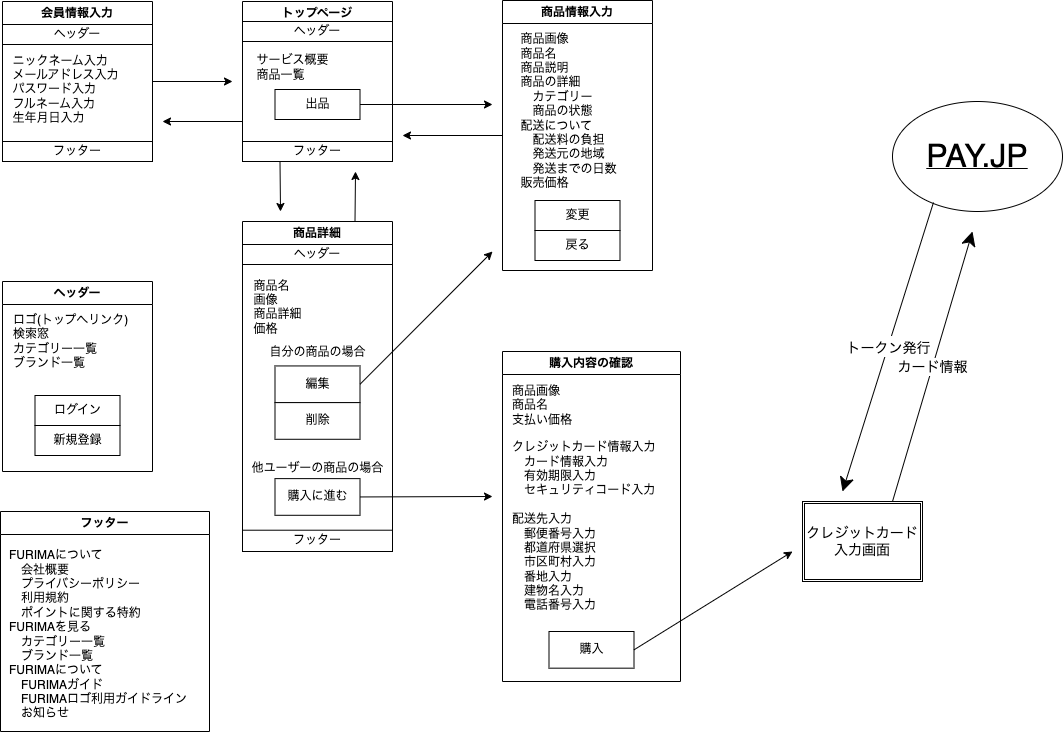
This is furima-application.dio.png from chikuwa-pan/furima-39525, a draw.io export, as it was before one commit. Source tidied: cells renumbered, new cells last; positions are measured from the earlier drawing's top-left corner, leaving out a move shared by most shapes. Its diagram source:
```xml
<mxGraphModel>
  <root>
    <mxCell id="0" />
    <mxCell id="1" parent="0" />
    <mxCell id="2" style="edgeStyle=none;html=1;exitX=0;exitY=0.75;exitDx=0;exitDy=0;" parent="1" edge="1" source="4">
      <mxGeometry relative="1" as="geometry">
        <mxPoint x="162" y="121" as="targetPoint" />
      </mxGeometry>
    </mxCell>
    <mxCell id="3" style="edgeStyle=none;html=1;exitX=0.25;exitY=1;exitDx=0;exitDy=0;" parent="1" edge="1" source="4">
      <mxGeometry relative="1" as="geometry">
        <mxPoint x="280" y="211" as="targetPoint" />
      </mxGeometry>
    </mxCell>
    <mxCell id="4" value="トップページ" style="swimlane;whiteSpace=wrap;html=1;" parent="1" vertex="1">
      <mxGeometry x="242" y="1" width="150" height="160" as="geometry" />
    </mxCell>
    <mxCell id="5" value="&lt;div style=&quot;text-align: left;&quot;&gt;&lt;span style=&quot;background-color: initial;&quot;&gt;サービス概要&lt;/span&gt;&lt;/div&gt;&lt;div style=&quot;text-align: left;&quot;&gt;&lt;span style=&quot;background-color: initial;&quot;&gt;商品一覧&lt;/span&gt;&lt;/div&gt;" style="text;html=1;align=center;verticalAlign=middle;strokeColor=none;fillColor=none;" parent="4" vertex="1">
      <mxGeometry y="46" width="100" height="40" as="geometry" />
    </mxCell>
    <mxCell id="6" value="出品" style="rounded=0;whiteSpace=wrap;html=1;" parent="4" vertex="1">
      <mxGeometry x="32.5" y="88" width="85" height="30" as="geometry" />
    </mxCell>
    <mxCell id="7" value="ヘッダー" style="rounded=0;whiteSpace=wrap;html=1;" parent="4" vertex="1">
      <mxGeometry y="20" width="150" height="20" as="geometry" />
    </mxCell>
    <mxCell id="8" value="フッター" style="rounded=0;whiteSpace=wrap;html=1;" parent="4" vertex="1">
      <mxGeometry y="140" width="150" height="20" as="geometry" />
    </mxCell>
    <mxCell id="9" style="edgeStyle=none;html=1;exitX=1;exitY=0.5;exitDx=0;exitDy=0;" parent="1" edge="1" source="10">
      <mxGeometry relative="1" as="geometry">
        <mxPoint x="232" y="81" as="targetPoint" />
      </mxGeometry>
    </mxCell>
    <mxCell id="10" value="会員情報入力" style="swimlane;whiteSpace=wrap;html=1;" parent="1" vertex="1">
      <mxGeometry x="2" y="1" width="150" height="160" as="geometry" />
    </mxCell>
    <mxCell id="11" value="&lt;div style=&quot;text-align: left;&quot;&gt;ニックネーム入力&lt;/div&gt;&lt;div style=&quot;text-align: left;&quot;&gt;メールアドレス入力&lt;/div&gt;&lt;div style=&quot;text-align: left;&quot;&gt;パスワード入力&lt;/div&gt;&lt;div style=&quot;text-align: left;&quot;&gt;フルネーム入力&lt;/div&gt;&lt;div style=&quot;text-align: left;&quot;&gt;生年月日入力&lt;/div&gt;" style="text;html=1;align=center;verticalAlign=middle;strokeColor=none;fillColor=none;" parent="10" vertex="1">
      <mxGeometry x="-2" y="43" width="130" height="90" as="geometry" />
    </mxCell>
    <mxCell id="12" value="ヘッダー" style="rounded=0;whiteSpace=wrap;html=1;" parent="10" vertex="1">
      <mxGeometry y="23" width="150" height="20" as="geometry" />
    </mxCell>
    <mxCell id="13" value="フッター" style="rounded=0;whiteSpace=wrap;html=1;" parent="10" vertex="1">
      <mxGeometry y="140" width="150" height="20" as="geometry" />
    </mxCell>
    <mxCell id="14" style="group;" parent="1" vertex="1">
      <mxGeometry x="242" y="221" width="150" height="330" as="geometry" />
    </mxCell>
    <mxCell id="15" value="商品詳細" style="swimlane;whiteSpace=wrap;html=1;" parent="14" vertex="1">
      <mxGeometry width="150" height="330" as="geometry" />
    </mxCell>
    <mxCell id="16" value="&lt;div style=&quot;text-align: left;&quot;&gt;商品名&lt;/div&gt;&lt;div style=&quot;text-align: left;&quot;&gt;画像&lt;/div&gt;&lt;div style=&quot;text-align: left;&quot;&gt;商品詳細&lt;/div&gt;&lt;div style=&quot;text-align: left;&quot;&gt;価格&lt;/div&gt;&lt;div style=&quot;text-align: left;&quot;&gt;&lt;br&gt;&lt;/div&gt;" style="text;html=1;align=center;verticalAlign=middle;strokeColor=none;fillColor=none;" parent="15" vertex="1">
      <mxGeometry y="48.3" width="70" height="90" as="geometry" />
    </mxCell>
    <mxCell id="17" value="自分の商品の場合" style="text;html=1;align=center;verticalAlign=middle;strokeColor=none;fillColor=none;" parent="15" vertex="1">
      <mxGeometry x="15" y="116.5" width="120" height="30" as="geometry" />
    </mxCell>
    <mxCell id="18" value="購入に進む" style="rounded=0;whiteSpace=wrap;html=1;" parent="15" vertex="1">
      <mxGeometry x="32.5" y="257.1" width="85" height="36.7" as="geometry" />
    </mxCell>
    <mxCell id="19" value="編集" style="rounded=0;whiteSpace=wrap;html=1;" parent="15" vertex="1">
      <mxGeometry x="32.5" y="144.4" width="85" height="36.7" as="geometry" />
    </mxCell>
    <mxCell id="20" value="削除" style="rounded=0;whiteSpace=wrap;html=1;" parent="15" vertex="1">
      <mxGeometry x="32.5" y="181.1" width="85" height="36.7" as="geometry" />
    </mxCell>
    <mxCell id="21" value="フッター" style="rounded=0;whiteSpace=wrap;html=1;" parent="15" vertex="1">
      <mxGeometry y="308.7" width="150" height="21.3" as="geometry" />
    </mxCell>
    <mxCell id="22" value="他ユーザーの商品の場合" style="text;html=1;align=center;verticalAlign=middle;strokeColor=none;fillColor=none;" parent="14" vertex="1">
      <mxGeometry y="231.8" width="150" height="30" as="geometry" />
    </mxCell>
    <mxCell id="23" style="group;" parent="1" vertex="1">
      <mxGeometry x="502" width="150" height="270" as="geometry" />
    </mxCell>
    <mxCell id="24" value="商品情報入力" style="swimlane;whiteSpace=wrap;html=1;" parent="23" vertex="1">
      <mxGeometry width="150" height="270" as="geometry" />
    </mxCell>
    <mxCell id="25" value="戻る" style="rounded=0;whiteSpace=wrap;html=1;" parent="23" vertex="1">
      <mxGeometry x="32.5" y="230" width="85" height="30" as="geometry" />
    </mxCell>
    <mxCell id="26" value="変更" style="rounded=0;whiteSpace=wrap;html=1;" parent="23" vertex="1">
      <mxGeometry x="32.5" y="200" width="85" height="30" as="geometry" />
    </mxCell>
    <mxCell id="27" value="&lt;div style=&quot;text-align: left;&quot;&gt;商品画像&lt;/div&gt;&lt;div style=&quot;text-align: left;&quot;&gt;商品名&lt;/div&gt;&lt;div style=&quot;text-align: left;&quot;&gt;商品説明&lt;/div&gt;&lt;div style=&quot;text-align: left;&quot;&gt;商品の詳細&lt;/div&gt;&lt;div style=&quot;text-align: left;&quot;&gt;　カテゴリー&lt;/div&gt;&lt;div style=&quot;text-align: left;&quot;&gt;　商品の状態&lt;/div&gt;&lt;div style=&quot;text-align: left;&quot;&gt;配送について&lt;/div&gt;&lt;div style=&quot;text-align: left;&quot;&gt;　配送料の負担&lt;/div&gt;&lt;div style=&quot;text-align: left;&quot;&gt;　発送元の地域&lt;/div&gt;&lt;div style=&quot;text-align: left;&quot;&gt;　発送までの日数&lt;/div&gt;&lt;div style=&quot;text-align: left;&quot;&gt;販売価格&lt;/div&gt;&lt;div style=&quot;text-align: left;&quot;&gt;&lt;br&gt;&lt;/div&gt;" style="text;html=1;align=center;verticalAlign=middle;strokeColor=none;fillColor=none;" parent="23" vertex="1">
      <mxGeometry x="6" y="23" width="120" height="190" as="geometry" />
    </mxCell>
    <mxCell id="28" value="ヘッダー" style="swimlane;whiteSpace=wrap;html=1;" parent="1" vertex="1">
      <mxGeometry x="2" y="281" width="150" height="190" as="geometry" />
    </mxCell>
    <mxCell id="29" value="ロゴ(トップへリンク)&lt;br&gt;検索窓&lt;br&gt;カテゴリー一覧&lt;br&gt;ブランド一覧" style="text;html=1;align=left;verticalAlign=middle;strokeColor=none;fillColor=none;" parent="28" vertex="1">
      <mxGeometry x="9" y="25" width="140" height="70" as="geometry" />
    </mxCell>
    <mxCell id="30" value="ログイン" style="rounded=0;whiteSpace=wrap;html=1;" parent="28" vertex="1">
      <mxGeometry x="32.5" y="114" width="85" height="30" as="geometry" />
    </mxCell>
    <mxCell id="31" value="新規登録" style="rounded=0;whiteSpace=wrap;html=1;" parent="28" vertex="1">
      <mxGeometry x="32.5" y="144" width="85" height="30" as="geometry" />
    </mxCell>
    <mxCell id="32" value="フッター" style="swimlane;whiteSpace=wrap;html=1;" parent="1" vertex="1">
      <mxGeometry y="511" width="209" height="220" as="geometry" />
    </mxCell>
    <mxCell id="33" value="FURIMAについて&lt;br&gt;　会社概要&lt;br&gt;　プライバシーポリシー&lt;br&gt;　利用規約&lt;br&gt;　ポイントに関する特約&lt;br&gt;FURIMAを見る&lt;br&gt;　カテゴリー一覧&lt;br&gt;　ブランド一覧&lt;br&gt;FURIMAについて&lt;br&gt;　FURIMAガイド&lt;br&gt;　FURIMAロゴ利用ガイドライン&lt;br&gt;　お知らせ" style="text;html=1;align=left;verticalAlign=middle;strokeColor=none;fillColor=none;" parent="32" vertex="1">
      <mxGeometry x="7" y="28" width="200" height="190" as="geometry" />
    </mxCell>
    <mxCell id="34" value="ヘッダー" style="rounded=0;whiteSpace=wrap;html=1;" parent="1" vertex="1">
      <mxGeometry x="242" y="244" width="150" height="20" as="geometry" />
    </mxCell>
    <mxCell id="35" value="購入内容の確認" style="swimlane;whiteSpace=wrap;html=1;" parent="1" vertex="1">
      <mxGeometry x="502" y="351" width="178" height="330" as="geometry" />
    </mxCell>
    <mxCell id="36" value="商品画像&lt;br&gt;商品名&lt;br&gt;支払い価格" style="text;html=1;align=left;verticalAlign=middle;strokeColor=none;fillColor=none;" parent="35" vertex="1">
      <mxGeometry x="8" y="24" width="80" height="60" as="geometry" />
    </mxCell>
    <mxCell id="37" value="クレジットカード情報入力&lt;br&gt;　カード情報入力&lt;br&gt;　有効期限入力&lt;br&gt;　セキュリティコード入力&lt;br&gt;&lt;br&gt;配送先入力&lt;br&gt;　郵便番号入力&lt;br&gt;　都道府県選択&lt;br&gt;　市区町村入力&lt;br&gt;　番地入力&lt;br&gt;　建物名入力&lt;br&gt;　電話番号入力" style="text;html=1;align=left;verticalAlign=middle;strokeColor=none;fillColor=none;" parent="35" vertex="1">
      <mxGeometry x="8" y="80" width="170" height="190" as="geometry" />
    </mxCell>
    <mxCell id="38" value="購入" style="rounded=0;whiteSpace=wrap;html=1;" parent="35" vertex="1">
      <mxGeometry x="46.5" y="280" width="85" height="36.7" as="geometry" />
    </mxCell>
    <mxCell id="39" value="&lt;font style=&quot;font-size: 32px;&quot;&gt;PAY.JP&lt;/font&gt;" style="ellipse;whiteSpace=wrap;html=1;align=center;fontStyle=4;strokeWidth=1;" parent="1" vertex="1">
      <mxGeometry x="892" y="101" width="170" height="110" as="geometry" />
    </mxCell>
    <mxCell id="40" value="&lt;font style=&quot;font-size: 14px;&quot;&gt;カード情報&lt;/font&gt;" style="endArrow=classic;html=1;fontSize=15;startSize=12;endSize=12;exitX=0.75;exitY=0;exitDx=0;exitDy=0;" parent="1" edge="1" source="42">
      <mxGeometry relative="1" as="geometry">
        <mxPoint x="972" y="231" as="targetPoint" />
      </mxGeometry>
    </mxCell>
    <mxCell id="41" value="&lt;font style=&quot;font-size: 14px;&quot;&gt;トークン発行&lt;/font&gt;" style="endArrow=classic;html=1;fontSize=18;startSize=12;endSize=12;exitX=0.241;exitY=0.918;exitDx=0;exitDy=0;exitPerimeter=0;" parent="1" edge="1" source="39">
      <mxGeometry relative="1" as="geometry">
        <mxPoint x="842" y="491" as="targetPoint" />
      </mxGeometry>
    </mxCell>
    <mxCell id="42" value="クレジットカード&lt;br&gt;入力画面" style="shape=ext;double=1;rounded=0;whiteSpace=wrap;html=1;strokeWidth=1;fontSize=14;" parent="1" vertex="1">
      <mxGeometry x="802" y="501" width="120" height="80" as="geometry" />
    </mxCell>
    <mxCell id="43" style="edgeStyle=none;html=1;exitX=0.75;exitY=0;exitDx=0;exitDy=0;" parent="1" edge="1" source="15">
      <mxGeometry relative="1" as="geometry">
        <mxPoint x="355" y="171" as="targetPoint" />
      </mxGeometry>
    </mxCell>
    <mxCell id="44" style="edgeStyle=none;html=1;exitX=0;exitY=0.5;exitDx=0;exitDy=0;" parent="1" edge="1" source="24">
      <mxGeometry relative="1" as="geometry">
        <mxPoint x="402" y="135" as="targetPoint" />
      </mxGeometry>
    </mxCell>
    <mxCell id="45" style="edgeStyle=none;html=1;exitX=1;exitY=0.5;exitDx=0;exitDy=0;" parent="1" edge="1" source="18">
      <mxGeometry relative="1" as="geometry">
        <mxPoint x="492" y="496" as="targetPoint" />
      </mxGeometry>
    </mxCell>
    <mxCell id="46" style="edgeStyle=none;html=1;exitX=1;exitY=0.5;exitDx=0;exitDy=0;" parent="1" edge="1" source="19">
      <mxGeometry relative="1" as="geometry">
        <mxPoint x="492" y="251" as="targetPoint" />
      </mxGeometry>
    </mxCell>
    <mxCell id="47" style="edgeStyle=none;html=1;exitX=1;exitY=0.5;exitDx=0;exitDy=0;" parent="1" edge="1" source="6">
      <mxGeometry relative="1" as="geometry">
        <mxPoint x="492" y="104" as="targetPoint" />
      </mxGeometry>
    </mxCell>
    <mxCell id="48" style="edgeStyle=none;html=1;exitX=1;exitY=0.5;exitDx=0;exitDy=0;" parent="1" edge="1" source="38">
      <mxGeometry relative="1" as="geometry">
        <mxPoint x="792" y="551" as="targetPoint" />
      </mxGeometry>
    </mxCell>
  </root>
</mxGraphModel>
```
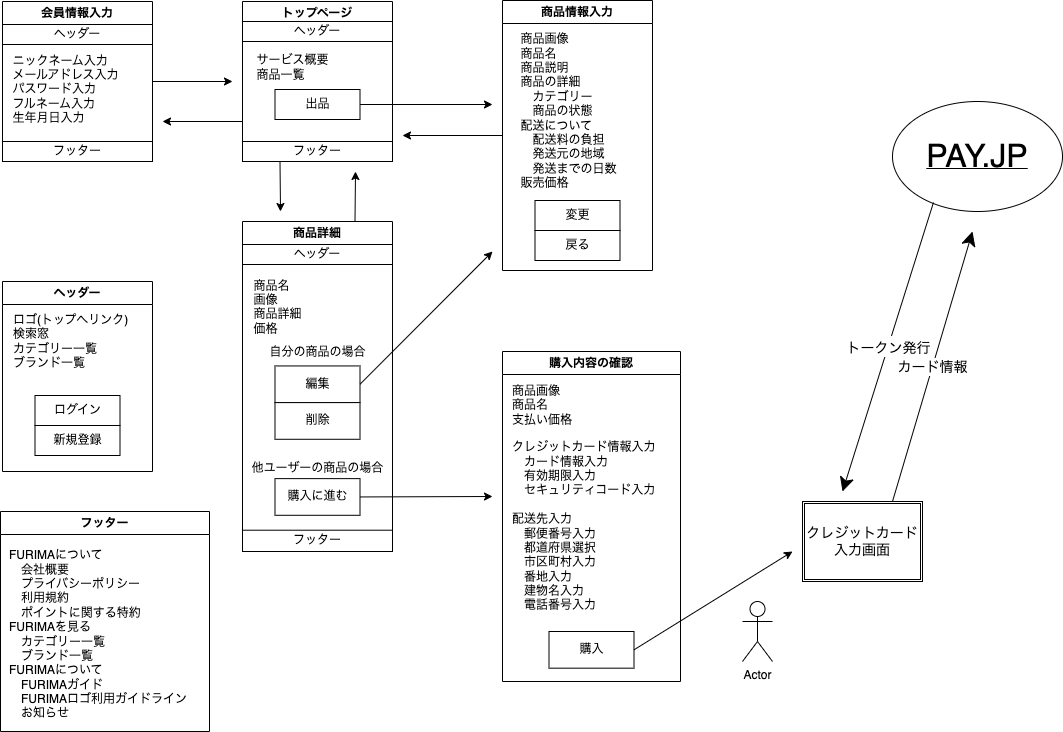
Above is the later version.

What changed in the source:
```diff
@@ -165,5 +165,8 @@
         <mxPoint x="792" y="551" as="targetPoint" />
       </mxGeometry>
     </mxCell>
+    <mxCell id="49" value="Actor" style="shape=umlActor;verticalLabelPosition=bottom;verticalAlign=top;html=1;" parent="1" vertex="1">
+      <mxGeometry x="742" y="601" width="30" height="60" as="geometry" />
+    </mxCell>
   </root>
 </mxGraphModel>
```
